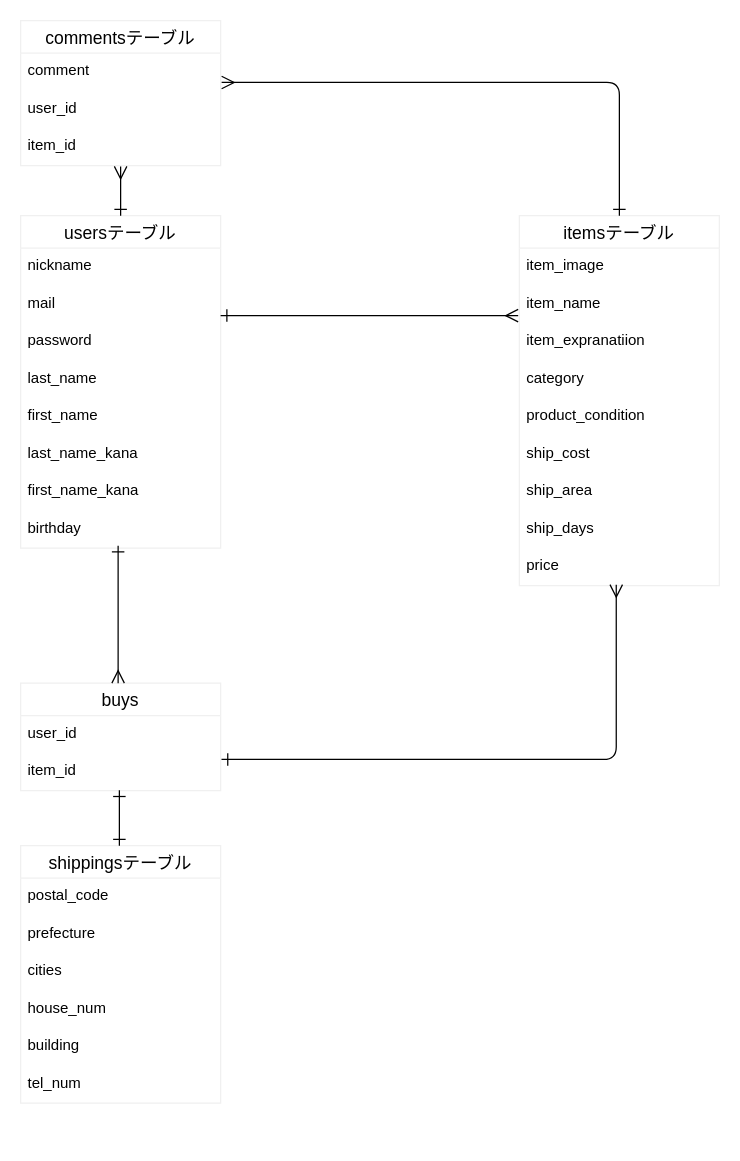
Before: er_figure.dio in usaginoshippo/furima-36863, a draw.io diagram. Source tidied: cells renumbered, new cells numbered last; positions are measured from the earlier drawing's top-left corner, leaving out a move shared by most shapes. Both pictures are drawn from the tidied source at 125%, with x=0, y=0 at pixel (20, 20).
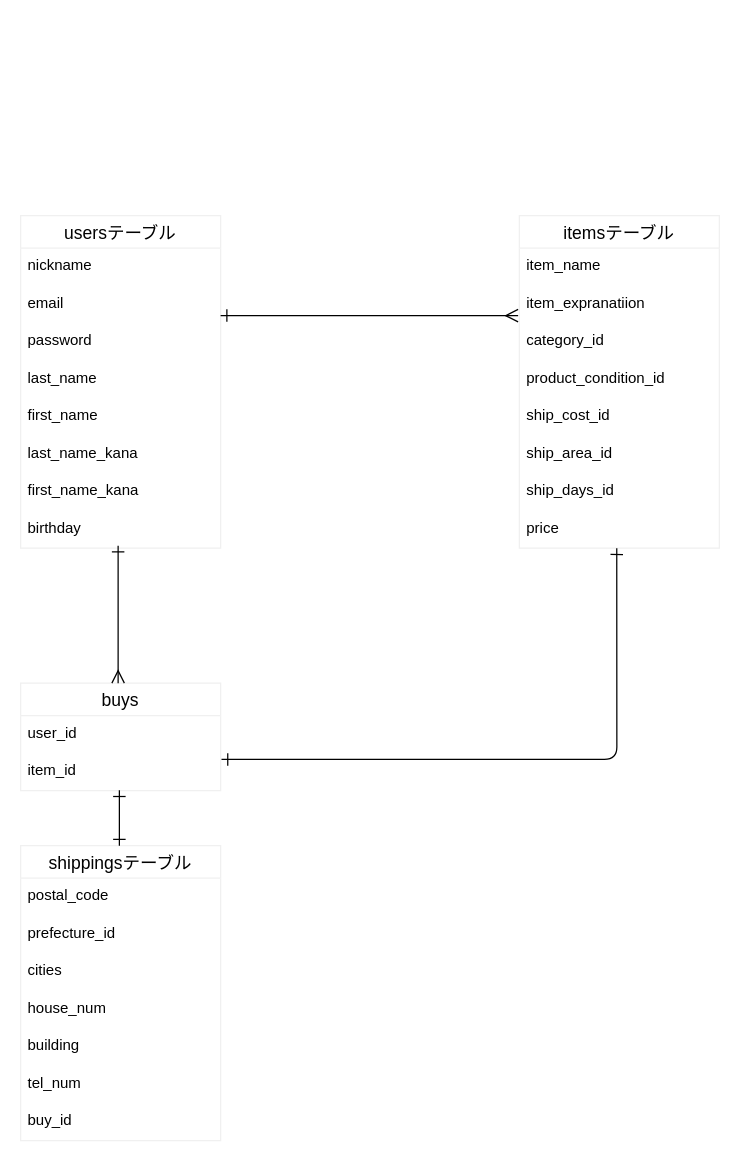
The same page after the edit.

Commit message (it also covers changes not shown here):
データベース設計の修正１

The change refers to these unchanged cells:
```xml
<mxCell id="6" value="usersテーブル" style="swimlane;fontStyle=0;horizontal=1;startSize=26;align=center;fontSize=14;strokeColor=#f0f0f0;" parent="1" vertex="1">
  <mxGeometry y="156" width="160" height="266" as="geometry" />
</mxCell>
```

What changed in the source:
```diff
@@
-    <mxCell id="2" value="commentsテーブル" style="swimlane;fontStyle=0;horizontal=1;startSize=26;align=center;fontSize=14;strokeColor=#f0f0f0;" parent="1" vertex="1">
-      <mxGeometry width="160" height="116" as="geometry" />
-    </mxCell>
-    <mxCell id="3" value="comment" style="text;strokeColor=none;fillColor=none;spacingLeft=4;spacingRight=4;overflow=hidden;points=[[0,0.5],[1,0.5]];portConstraint=eastwest;fontSize=12;" parent="2" vertex="1">
-      <mxGeometry y="26" width="160" height="30" as="geometry" />
-    </mxCell>
-    <mxCell id="4" value="user_id" style="text;strokeColor=none;fillColor=none;spacingLeft=4;spacingRight=4;overflow=hidden;fontSize=12;" parent="2" vertex="1">
-      <mxGeometry y="56" width="160" height="30" as="geometry" />
-    </mxCell>
-    <mxCell id="5" value="item_id" style="text;strokeColor=none;fillColor=none;spacingLeft=4;spacingRight=4;overflow=hidden;points=[[0,0.5],[1,0.5]];portConstraint=eastwest;fontSize=12;" parent="2" vertex="1">
-      <mxGeometry y="86" width="160" height="30" as="geometry" />
-    </mxCell>
@@
-    <mxCell id="8" value="mail" style="text;strokeColor=none;fillColor=none;spacingLeft=4;spacingRight=4;overflow=hidden;points=[[0,0.5],[1,0.5]];portConstraint=eastwest;fontSize=12;" parent="6" vertex="1">
+    <mxCell id="8" value="email" style="text;strokeColor=none;fillColor=none;spacingLeft=4;spacingRight=4;overflow=hidden;points=[[0,0.5],[1,0.5]];portConstraint=eastwest;fontSize=12;" parent="6" vertex="1">
       <mxGeometry y="56" width="160" height="30" as="geometry" />
     </mxCell>
@@
     <mxCell id="18" value="itemsテーブル" style="swimlane;fontStyle=0;horizontal=1;startSize=26;align=center;fontSize=14;strokeColor=#f0f0f0;" parent="1" vertex="1">
-      <mxGeometry x="399" y="156" width="160" height="296" as="geometry" />
+      <mxGeometry x="399" y="156" width="160" height="266" as="geometry" />
     </mxCell>
-    <mxCell id="19" value="item_image" style="text;strokeColor=none;fillColor=none;spacingLeft=4;spacingRight=4;overflow=hidden;fontSize=12;" parent="18" vertex="1">
-      <mxGeometry y="26" width="160" height="30" as="geometry" />
-    </mxCell>
     <mxCell id="20" value="item_name" style="text;strokeColor=none;fillColor=none;spacingLeft=4;spacingRight=4;overflow=hidden;points=[[0,0.5],[1,0.5]];portConstraint=eastwest;fontSize=12;" parent="18" vertex="1">
-      <mxGeometry y="56" width="160" height="30" as="geometry" />
+      <mxGeometry y="26" width="160" height="30" as="geometry" />
     </mxCell>
     <mxCell id="21" value="item_expranatiion" style="text;strokeColor=none;fillColor=none;spacingLeft=4;spacingRight=4;overflow=hidden;fontSize=12;" parent="18" vertex="1">
-      <mxGeometry y="86" width="160" height="30" as="geometry" />
+      <mxGeometry y="56" width="160" height="30" as="geometry" />
     </mxCell>
-    <mxCell id="22" value="category" style="text;strokeColor=none;fillColor=none;spacingLeft=4;spacingRight=4;overflow=hidden;fontSize=12;" parent="18" vertex="1">
-      <mxGeometry y="116" width="160" height="30" as="geometry" />
+    <mxCell id="22" value="category_id" style="text;strokeColor=none;fillColor=none;spacingLeft=4;spacingRight=4;overflow=hidden;fontSize=12;" parent="18" vertex="1">
+      <mxGeometry y="86" width="160" height="30" as="geometry" />
     </mxCell>
-    <mxCell id="23" value="product_condition" style="text;strokeColor=none;fillColor=none;spacingLeft=4;spacingRight=4;overflow=hidden;fontSize=12;" parent="18" vertex="1">
-      <mxGeometry y="146" width="160" height="30" as="geometry" />
+    <mxCell id="23" value="product_condition_id" style="text;strokeColor=none;fillColor=none;spacingLeft=4;spacingRight=4;overflow=hidden;fontSize=12;" parent="18" vertex="1">
+      <mxGeometry y="116" width="160" height="30" as="geometry" />
     </mxCell>
-    <mxCell id="24" value="ship_cost" style="text;strokeColor=none;fillColor=none;spacingLeft=4;spacingRight=4;overflow=hidden;fontSize=12;" parent="18" vertex="1">
-      <mxGeometry y="176" width="160" height="30" as="geometry" />
+    <mxCell id="24" value="ship_cost_id" style="text;strokeColor=none;fillColor=none;spacingLeft=4;spacingRight=4;overflow=hidden;fontSize=12;" parent="18" vertex="1">
+      <mxGeometry y="146" width="160" height="30" as="geometry" />
     </mxCell>
-    <mxCell id="25" value="ship_area" style="text;strokeColor=none;fillColor=none;spacingLeft=4;spacingRight=4;overflow=hidden;fontSize=12;" parent="18" vertex="1">
-      <mxGeometry y="206" width="160" height="30" as="geometry" />
+    <mxCell id="25" value="ship_area_id" style="text;strokeColor=none;fillColor=none;spacingLeft=4;spacingRight=4;overflow=hidden;fontSize=12;" parent="18" vertex="1">
+      <mxGeometry y="176" width="160" height="30" as="geometry" />
     </mxCell>
-    <mxCell id="26" value="ship_days" style="text;strokeColor=none;fillColor=none;spacingLeft=4;spacingRight=4;overflow=hidden;fontSize=12;" parent="18" vertex="1">
-      <mxGeometry y="236" width="160" height="30" as="geometry" />
+    <mxCell id="26" value="ship_days_id" style="text;strokeColor=none;fillColor=none;spacingLeft=4;spacingRight=4;overflow=hidden;fontSize=12;" parent="18" vertex="1">
+      <mxGeometry y="206" width="160" height="30" as="geometry" />
     </mxCell>
     <mxCell id="27" value="price" style="text;strokeColor=none;fillColor=none;spacingLeft=4;spacingRight=4;overflow=hidden;points=[[0,0.5],[1,0.5]];portConstraint=eastwest;fontSize=12;" parent="18" vertex="1">
-      <mxGeometry y="266" width="160" height="30" as="geometry" />
+      <mxGeometry y="236" width="160" height="30" as="geometry" />
     </mxCell>
@@
-    <mxCell id="29" style="fontSize=12;html=1;endArrow=ERone;startSize=8;endSize=8;startArrow=ERmany;startFill=0;endFill=0;edgeStyle=orthogonalEdgeStyle;exitX=0.497;exitY=0.972;exitDx=0;exitDy=0;exitPerimeter=0;entryX=1.017;entryY=0.167;entryDx=0;entryDy=0;entryPerimeter=0;" parent="1" edge="1">
+    <mxCell id="29" style="fontSize=12;html=1;endArrow=ERone;startSize=8;endSize=8;startArrow=ERone;startFill=0;endFill=0;edgeStyle=orthogonalEdgeStyle;entryX=1.017;entryY=0.167;entryDx=0;entryDy=0;entryPerimeter=0;exitX=0.487;exitY=1.003;exitDx=0;exitDy=0;exitPerimeter=0;" parent="1" edge="1" source="27">
       <mxGeometry relative="1" as="geometry">
-        <mxPoint x="476.5" y="451.2" as="sourcePoint" />
         <mxPoint x="160.7" y="591" as="targetPoint" />
         <Array as="points">
+          <mxPoint x="477" y="426" />
+          <mxPoint x="477" y="426" />
           <mxPoint x="477" y="591" />
         </Array>
       </mxGeometry>
     </mxCell>
-    <mxCell id="30" style="fontSize=12;html=1;endArrow=ERone;startSize=8;endSize=8;startArrow=ERmany;startFill=0;endFill=0;exitX=-0.006;exitY=0.8;exitDx=0;exitDy=0;exitPerimeter=0;entryX=1;entryY=0.798;entryDx=0;entryDy=0;entryPerimeter=0;" parent="1" edge="1" source="20" target="8">
-      <mxGeometry relative="1" as="geometry" />
+    <mxCell id="30" style="fontSize=12;html=1;endArrow=ERone;startSize=8;endSize=8;startArrow=ERmany;startFill=0;endFill=0;entryX=1;entryY=0.798;entryDx=0;entryDy=0;entryPerimeter=0;" parent="1" edge="1" target="8">
+      <mxGeometry relative="1" as="geometry">
+        <mxPoint x="398" y="236" as="sourcePoint" />
+      </mxGeometry>
     </mxCell>
-    <mxCell id="31" style="fontSize=12;html=1;endArrow=ERone;startSize=8;endSize=8;startArrow=ERmany;startFill=0;endFill=0;entryX=0.5;entryY=0;entryDx=0;entryDy=0;exitX=0.5;exitY=1.02;exitDx=0;exitDy=0;exitPerimeter=0;" parent="1" edge="1" source="5" target="6">
-      <mxGeometry relative="1" as="geometry" />
-    </mxCell>
-    <mxCell id="32" style="fontSize=12;html=1;endArrow=ERone;startSize=8;endSize=8;startArrow=ERmany;startFill=0;endFill=0;exitX=1.005;exitY=0.783;exitDx=0;exitDy=0;exitPerimeter=0;entryX=0.5;entryY=0;entryDx=0;entryDy=0;edgeStyle=elbowEdgeStyle;" parent="1" edge="1" source="3" target="18">
-      <mxGeometry relative="1" as="geometry">
-        <Array as="points">
-          <mxPoint x="479" y="96" />
-        </Array>
-      </mxGeometry>
-    </mxCell>
     <mxCell id="33" value="shippingsテーブル" style="swimlane;fontStyle=0;horizontal=1;startSize=26;align=center;fontSize=14;strokeColor=#f0f0f0;" parent="1" vertex="1">
-      <mxGeometry y="660" width="160" height="206" as="geometry" />
+      <mxGeometry y="660" width="160" height="236" as="geometry" />
     </mxCell>
@@
-    <mxCell id="35" value="prefecture" style="text;strokeColor=none;fillColor=none;spacingLeft=4;spacingRight=4;overflow=hidden;fontSize=12;" parent="33" vertex="1">
+    <mxCell id="35" value="prefecture_id" style="text;strokeColor=none;fillColor=none;spacingLeft=4;spacingRight=4;overflow=hidden;fontSize=12;" parent="33" vertex="1">
       <mxGeometry y="56" width="160" height="30" as="geometry" />
     </mxCell>
@@
+    <mxCell id="41" value="tel_num" style="text;strokeColor=none;fillColor=none;spacingLeft=4;spacingRight=4;overflow=hidden;fontSize=12;" parent="33" vertex="1">
+      <mxGeometry y="176" width="160" height="30" as="geometry" />
+    </mxCell>
-    <mxCell id="39" value="tel_num" style="text;strokeColor=none;fillColor=none;spacingLeft=4;spacingRight=4;overflow=hidden;fontSize=12;" parent="33" vertex="1">
-      <mxGeometry y="176" width="160" height="30" as="geometry" />
+    <mxCell id="39" value="buy_id" style="text;strokeColor=none;fillColor=none;spacingLeft=4;spacingRight=4;overflow=hidden;fontSize=12;" parent="33" vertex="1">
+      <mxGeometry y="206" width="160" height="30" as="geometry" />
     </mxCell>
```
